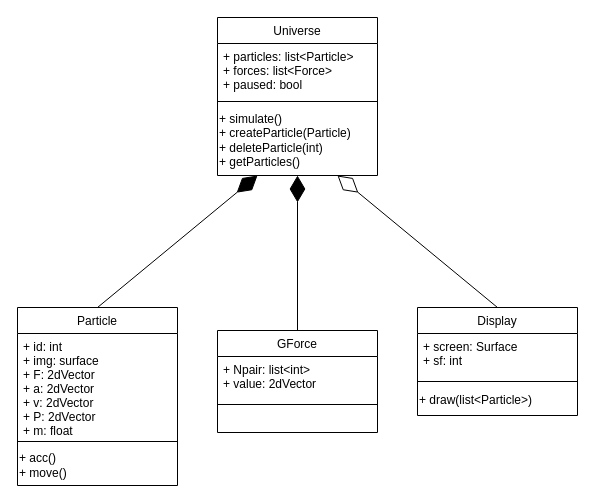
RobJHill2/GravSim keeps this draw.io diagram as Class Diagram.drawio. Above is the earlier version. Source tidied: cells renumbered, new cells numbered last; positions are measured from the earlier drawing's top-left corner, leaving out a move shared by most shapes. Both pictures are drawn from the tidied source at 100%, with x=0, y=0 at pixel (17, 17).
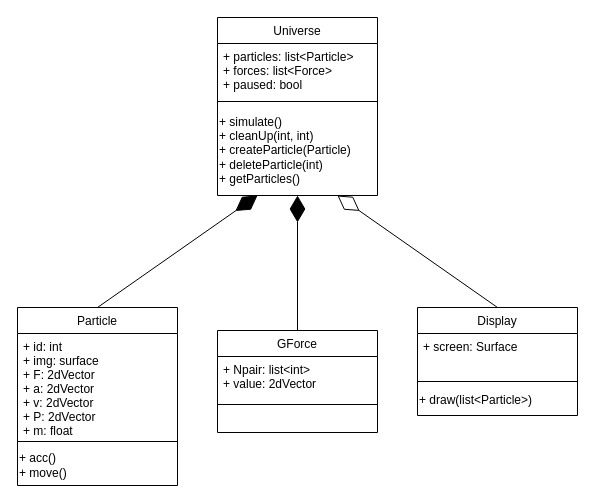
Above is the later version.

Unchanged cells that the change refers to:
```xml
<mxCell id="10" value="Display" style="swimlane;fontStyle=0;align=center;verticalAlign=top;horizontal=1;startSize=26;rounded=0;shadow=0;strokeWidth=1;" parent="1" vertex="1">
  <mxGeometry x="400" y="290" width="160" height="108" as="geometry" />
</mxCell>
```

What changed in the source:
```diff
@@
     <mxCell id="2" value="Universe" style="swimlane;fontStyle=0;align=center;verticalAlign=top;horizontal=1;startSize=26;rounded=0;shadow=0;strokeWidth=1;" parent="1" vertex="1">
-      <mxGeometry x="200" width="160" height="158" as="geometry" />
+      <mxGeometry x="200" width="160" height="178" as="geometry" />
     </mxCell>
@@
-    <mxCell id="5" value="+ simulate()&lt;div&gt;+ createParticle(Particle)&lt;/div&gt;&lt;div&gt;+ deleteParticle(int)&lt;/div&gt;&lt;div&gt;+ getParticles()&lt;/div&gt;" style="text;html=1;align=left;verticalAlign=middle;strokeColor=none;fillColor=none;" parent="2" vertex="1">
-      <mxGeometry y="88" width="160" height="70" as="geometry" />
+    <mxCell id="5" value="+ simulate()&lt;div&gt;+ cleanUp(int, int)&lt;br&gt;&lt;div&gt;+ createParticle(Particle)&lt;/div&gt;&lt;div&gt;+ deleteParticle(int)&lt;/div&gt;&lt;div&gt;+ getParticles()&lt;/div&gt;&lt;/div&gt;" style="text;html=1;align=left;verticalAlign=middle;strokeColor=none;fillColor=none;" parent="2" vertex="1">
+      <mxGeometry y="88" width="160" height="90" as="geometry" />
     </mxCell>
@@
-    <mxCell id="11" value="+ screen: Surface&#10;+ sf: int" style="text;align=left;verticalAlign=top;spacingLeft=4;spacingRight=4;overflow=hidden;rounded=0;shadow=0;html=0;" parent="10" vertex="1">
+    <mxCell id="11" value="+ screen: Surface" style="text;align=left;verticalAlign=top;spacingLeft=4;spacingRight=4;overflow=hidden;rounded=0;shadow=0;html=0;" parent="10" vertex="1">
       <mxGeometry y="26" width="160" height="44" as="geometry" />
     </mxCell>
```
